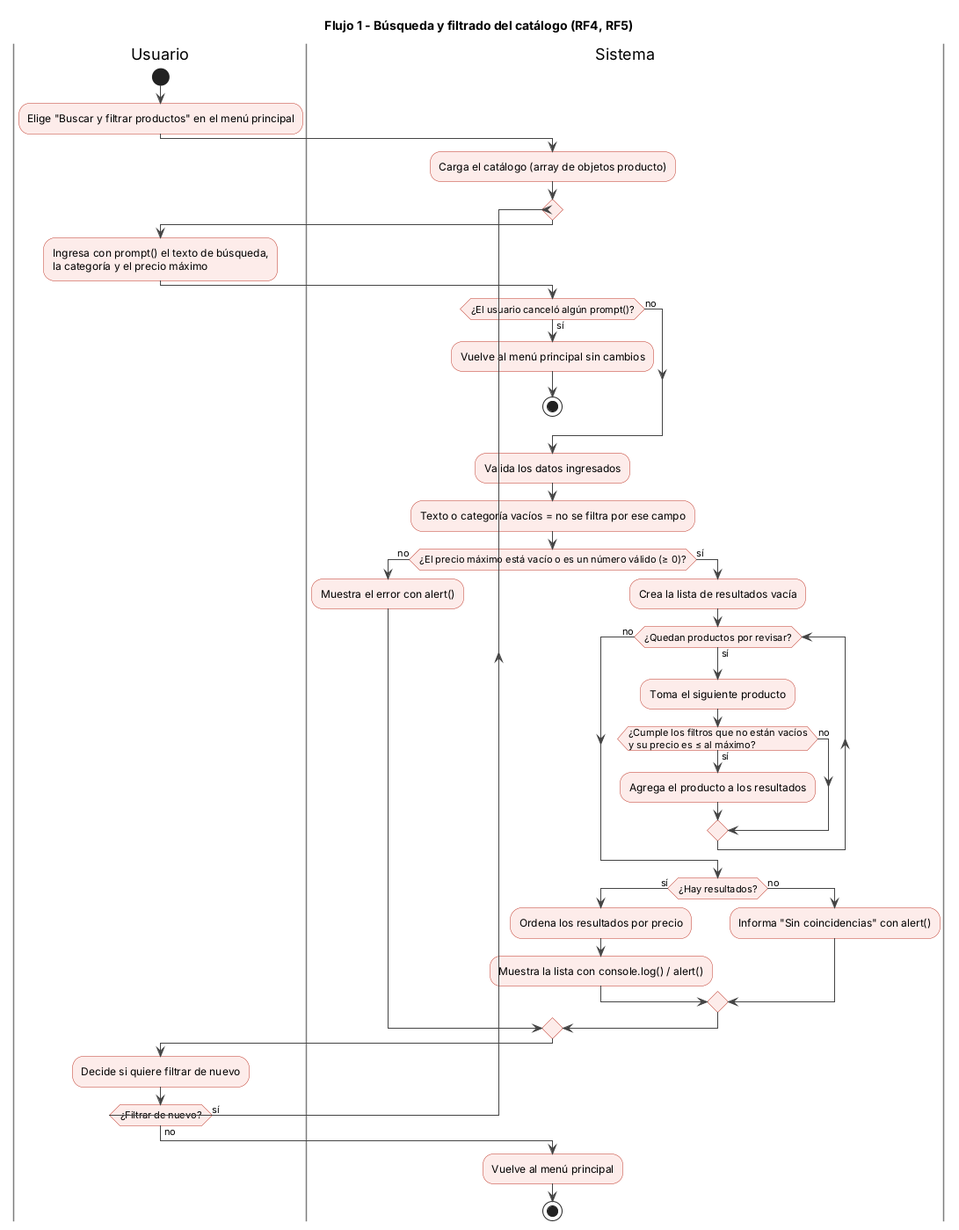
This is docs/05-diagramas/01-diagrama-de-actividades/actividad-flujo-1-busqueda-filtrado.png from angelgc9107-lgtm/ProyectoFerreteria_GRP05, a PlantUML export, as it was before one commit.
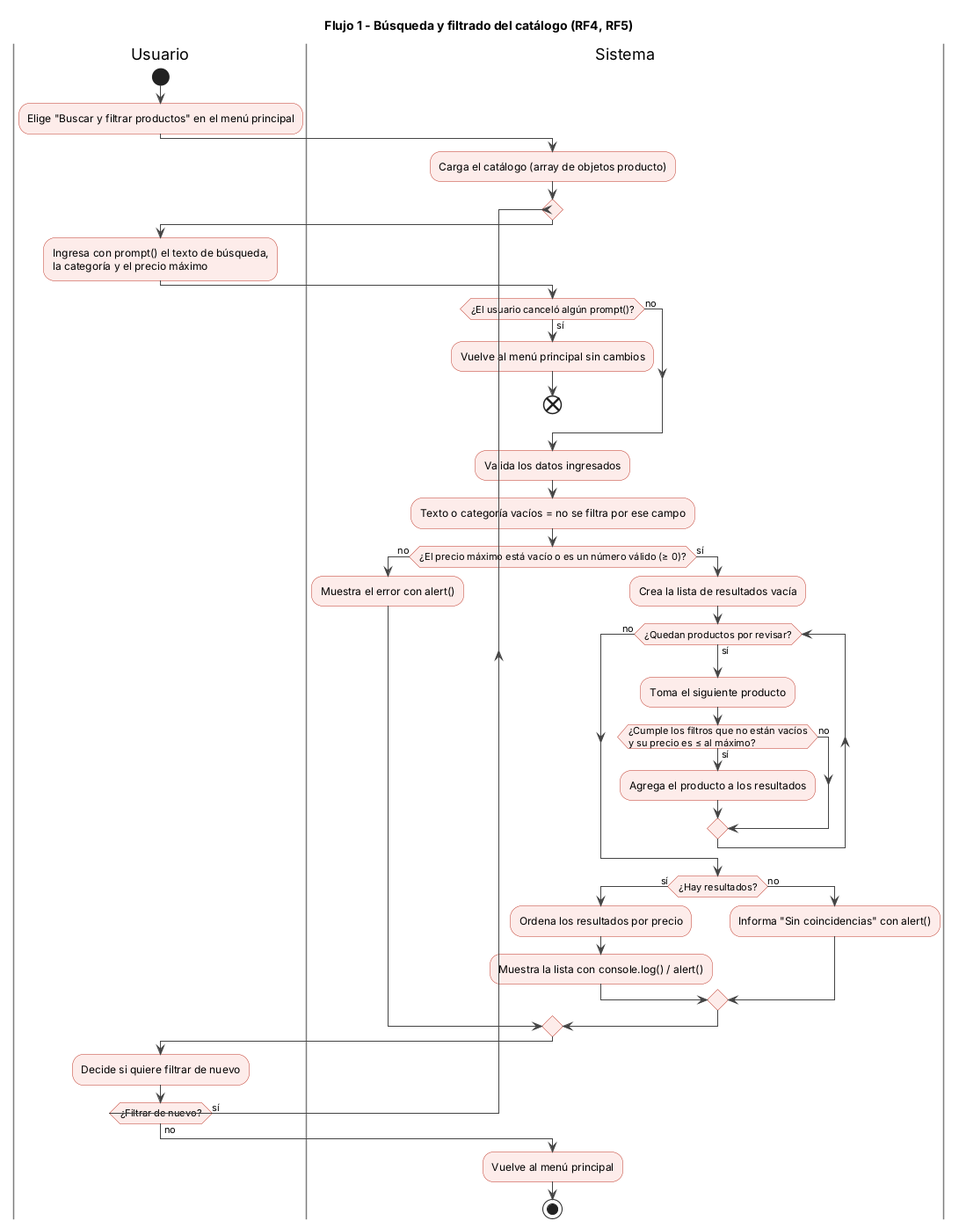
The same file after the commit.

Commit message:
fix(diagramas): único stop por flujo y end en salidas alternativas (RC1-RC3), con los .puml, los .png y diagramas-doc.md.

Diff of the diagram source:
```diff
@@ -21,7 +21,7 @@
   |Sistema|
   if (¿El usuario canceló algún prompt()?) then (sí)
     :Vuelve al menú principal sin cambios;
-    stop
+    end
   else (no)
   endif
 
```
